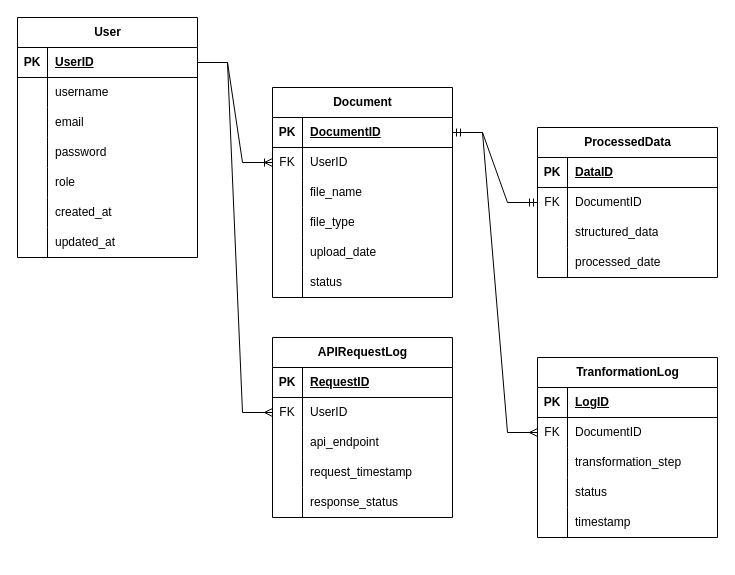
Above: img/Alchemy_ERD.drawio in AImagineers-io/alchemy (draw.io), before the change. Source tidied: cells renumbered, new cells numbered last; positions are measured from the earlier drawing's top-left corner, leaving out a move shared by most shapes. Both pictures are drawn from the tidied source at 100%, with x=0, y=0 at pixel (17, 17).
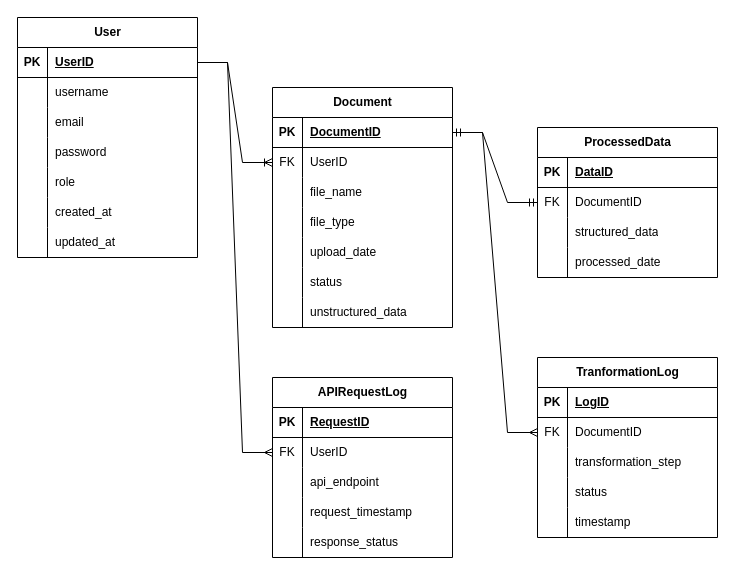
Above is the later version.

Commit message (it also covers changes not shown here):
added unstructured_data in documents model

Change to the diagram source:
```diff
@@
     <mxCell id="24" value="Document" style="shape=table;startSize=30;childLayout=tableLayout;rowLines=0;fontStyle=1;align=center;html=1;" parent="1" vertex="1">
-      <mxGeometry x="255" y="70" width="180" height="210" as="geometry" />
+      <mxGeometry x="255" y="70" width="180" height="240" as="geometry" />
     </mxCell>
@@
+    <mxCell id="92" style="shape=tableRow;horizontal=0;startSize=0;swimlaneHead=0;swimlaneBody=0;fillColor=none;top=0;left=0;right=0;bottom=0;" parent="24" vertex="1">
+      <mxGeometry y="210" width="180" height="30" as="geometry" />
+    </mxCell>
+    <mxCell id="93" style="shape=partialRectangle;fillColor=none;top=0;left=0;bottom=0;right=0;overflow=hidden;whiteSpace=wrap;html=1;" parent="92" vertex="1">
+      <mxGeometry width="30" height="30" as="geometry" />
+    </mxCell>
+    <mxCell id="94" value="unstructured_data" style="shape=partialRectangle;fillColor=none;top=0;left=0;bottom=0;right=0;align=left;spacingLeft=6;overflow=hidden;whiteSpace=wrap;html=1;" parent="92" vertex="1">
+      <mxGeometry x="30" width="150" height="30" as="geometry" />
+    </mxCell>
@@
     <mxCell id="75" value="APIRequestLog" style="shape=table;startSize=30;childLayout=tableLayout;rowLines=0;fontStyle=1;align=center;html=1;" parent="1" vertex="1">
-      <mxGeometry x="255" y="320" width="180" height="180" as="geometry" />
+      <mxGeometry x="255" y="360" width="180" height="180" as="geometry" />
     </mxCell>
```
